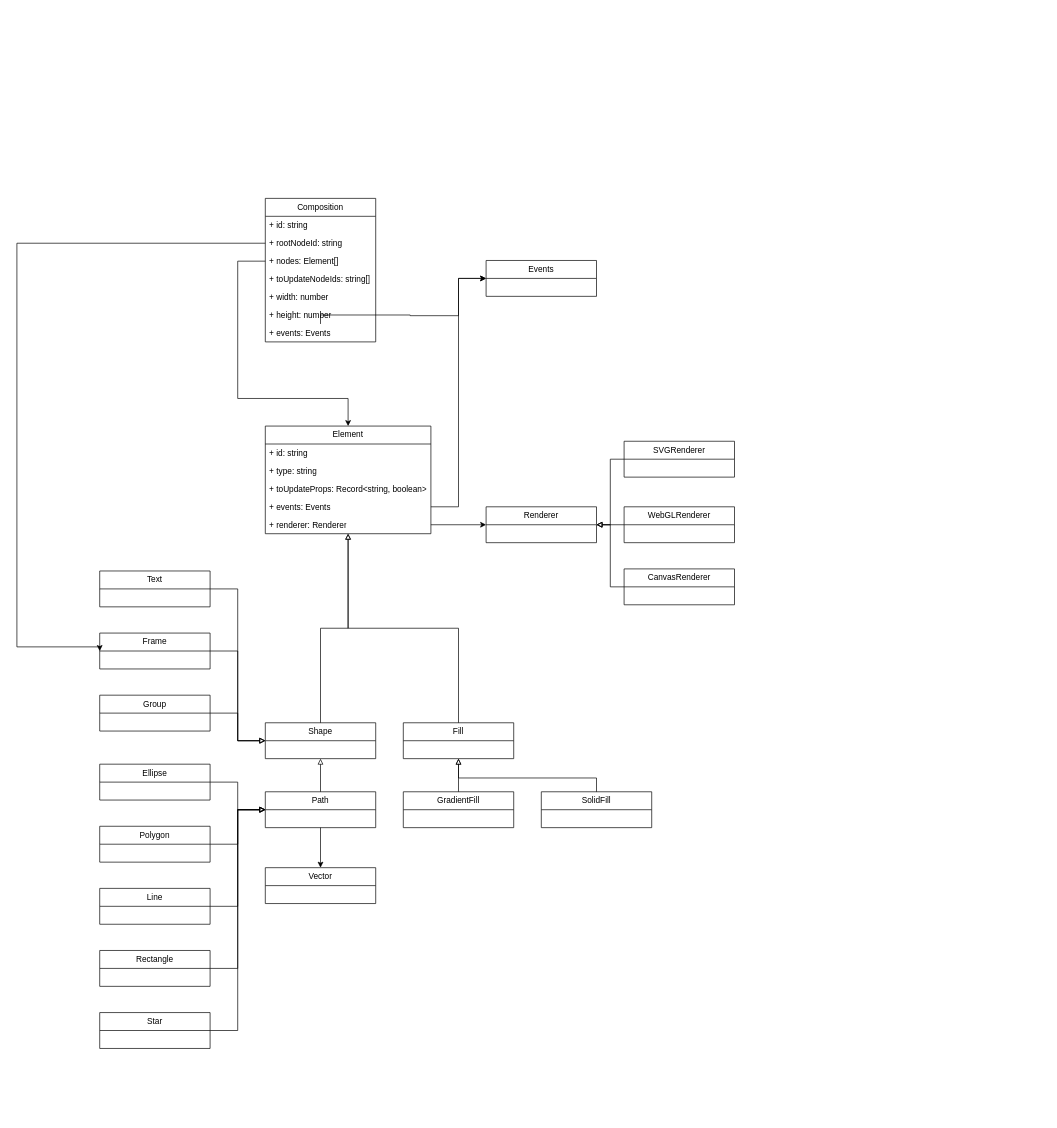
This is page "class-diagram" (1 of 2) of docs/resources/diagrams/dtom.drawio from dyn-art/monorepo-v1, a draw.io file, before an edit. Source tidied: cells renumbered, new cells numbered last; positions are measured from the earlier drawing's top-left corner, leaving out a move shared by most shapes. Both pictures are drawn from the tidied source at 69%, with x=0, y=0 at pixel (17, 198).
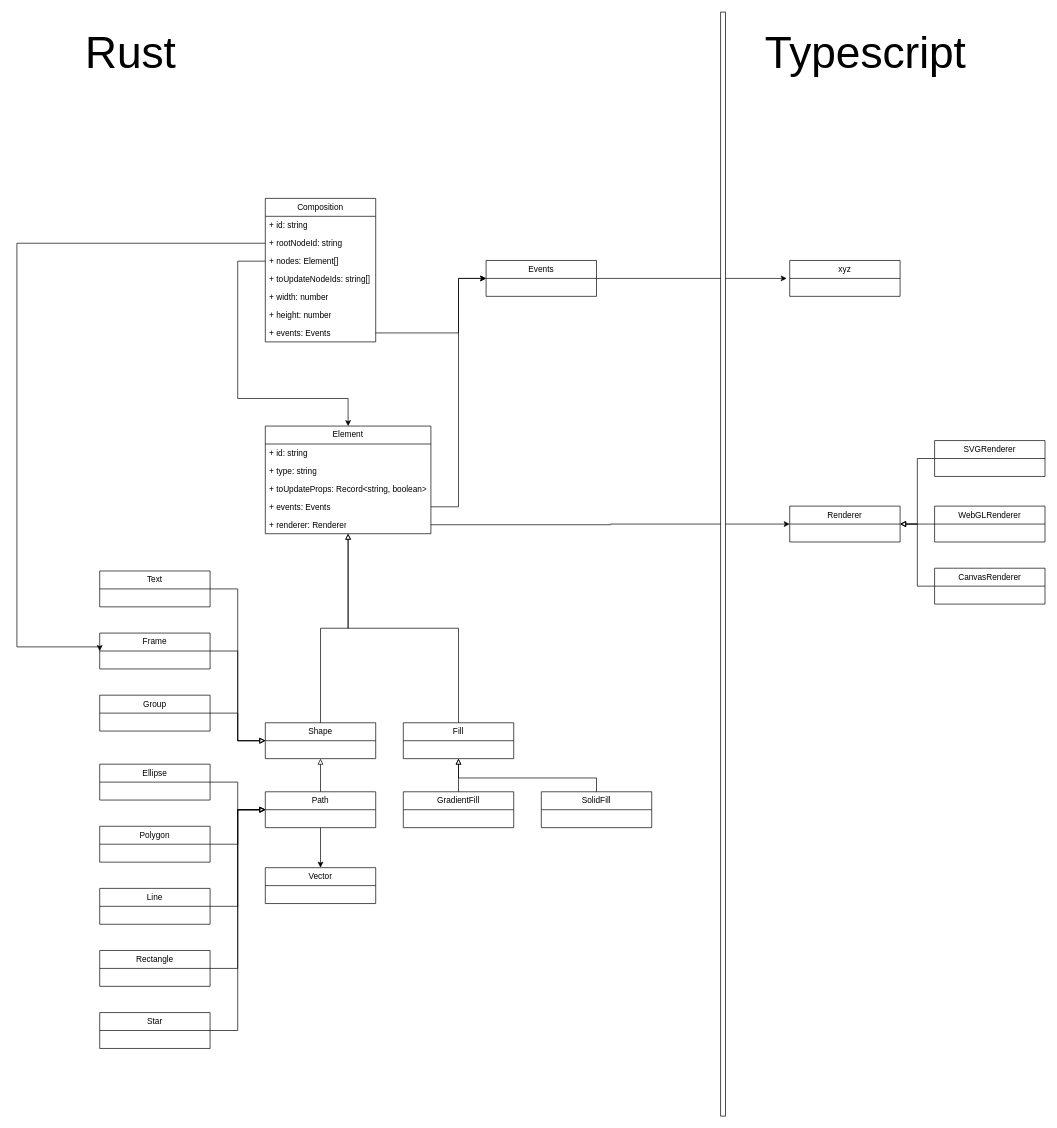
The same page after the edit.

The change refers to these unchanged cells:
```xml
<mxCell id="50" value="+ events: Events" style="text;strokeColor=none;fillColor=none;align=left;verticalAlign=top;spacingLeft=4;spacingRight=4;overflow=hidden;points=[[0,0.5],[1,0.5]];portConstraint=eastwest;whiteSpace=wrap;html=1;" parent="43" vertex="1">
  <mxGeometry y="182" width="160" height="26" as="geometry" />
</mxCell>
<mxCell id="53" value="Events" style="swimlane;fontStyle=0;horizontal=1;startSize=26;fillColor=none;whiteSpace=wrap;html=1;" parent="1" vertex="1">
  <mxGeometry x="680" y="90" width="160" height="52" as="geometry" />
</mxCell>
```

What changed in the source:
```diff
@@
     <mxCell id="12" value="Renderer" style="swimlane;fontStyle=0;horizontal=1;startSize=26;fillColor=none;whiteSpace=wrap;html=1;" parent="1" vertex="1">
-      <mxGeometry x="680" y="447" width="160" height="52" as="geometry" />
+      <mxGeometry x="1120" y="446" width="160" height="52" as="geometry" />
     </mxCell>
@@
     <mxCell id="32" value="SVGRenderer" style="swimlane;fontStyle=0;horizontal=1;startSize=26;fillColor=none;whiteSpace=wrap;html=1;" parent="1" vertex="1">
-      <mxGeometry x="880" y="352" width="160" height="52" as="geometry" />
+      <mxGeometry x="1330" y="351" width="160" height="52" as="geometry" />
     </mxCell>
@@
     <mxCell id="34" value="WebGLRenderer" style="swimlane;fontStyle=0;horizontal=1;startSize=26;fillColor=none;whiteSpace=wrap;html=1;" parent="1" vertex="1">
-      <mxGeometry x="880" y="447" width="160" height="52" as="geometry" />
+      <mxGeometry x="1330" y="446" width="160" height="52" as="geometry" />
     </mxCell>
@@
     <mxCell id="36" value="CanvasRenderer" style="swimlane;fontStyle=0;horizontal=1;startSize=26;fillColor=none;whiteSpace=wrap;html=1;" parent="1" vertex="1">
-      <mxGeometry x="880" y="537" width="160" height="52" as="geometry" />
+      <mxGeometry x="1330" y="536" width="160" height="52" as="geometry" />
     </mxCell>
@@
+    <mxCell id="57" style="edgeStyle=orthogonalEdgeStyle;rounded=0;jettySize=auto;html=1;entryX=-0.027;entryY=0.5;entryDx=0;entryDy=0;entryPerimeter=0;" parent="1" edge="1" source="53" target="61">
+      <mxGeometry relative="1" as="geometry" />
+    </mxCell>
@@
-    <mxCell id="54" style="edgeStyle=orthogonalEdgeStyle;rounded=0;jettySize=auto;html=1;entryX=0;entryY=0.5;entryDx=0;entryDy=0;" parent="1" edge="1" source="50" target="53">
-      <mxGeometry relative="1" as="geometry">
-        <Array as="points">
-          <mxPoint x="570" y="169" />
-          <mxPoint x="570" y="170" />
-          <mxPoint x="640" y="170" />
-          <mxPoint x="640" y="116" />
-        </Array>
-      </mxGeometry>
-    </mxCell>
@@
+    <mxCell id="58" style="rounded=0;whiteSpace=wrap;html=1;fillColor=#ffffff;" parent="1" vertex="1">
+      <mxGeometry x="1020" y="-270" width="7" height="1600" as="geometry" />
+    </mxCell>
+    <mxCell id="59" value="&lt;font style=&quot;font-size: 64px;&quot;&gt;Rust&lt;/font&gt;" style="text;html=1;strokeColor=none;fillColor=none;align=center;verticalAlign=middle;whiteSpace=wrap;rounded=0;" parent="1" vertex="1">
+      <mxGeometry x="80" y="-230" width="170" height="40" as="geometry" />
+    </mxCell>
+    <mxCell id="60" value="&lt;font style=&quot;font-size: 64px;&quot;&gt;Typescript&lt;/font&gt;" style="text;html=1;strokeColor=none;fillColor=none;align=center;verticalAlign=middle;whiteSpace=wrap;rounded=0;" parent="1" vertex="1">
+      <mxGeometry x="1080" y="-230" width="300" height="40" as="geometry" />
+    </mxCell>
+    <mxCell id="61" value="xyz" style="swimlane;fontStyle=0;horizontal=1;startSize=26;fillColor=none;whiteSpace=wrap;html=1;" parent="1" vertex="1">
+      <mxGeometry x="1120" y="90" width="160" height="52" as="geometry" />
+    </mxCell>
+    <mxCell id="54" style="edgeStyle=orthogonalEdgeStyle;rounded=0;jettySize=auto;html=1;entryX=0;entryY=0.5;entryDx=0;entryDy=0;" parent="1" edge="1" source="50" target="53">
+      <mxGeometry relative="1" as="geometry">
+        <Array as="points">
+          <mxPoint x="640" y="195" />
+          <mxPoint x="640" y="116" />
+        </Array>
+      </mxGeometry>
+    </mxCell>
```
